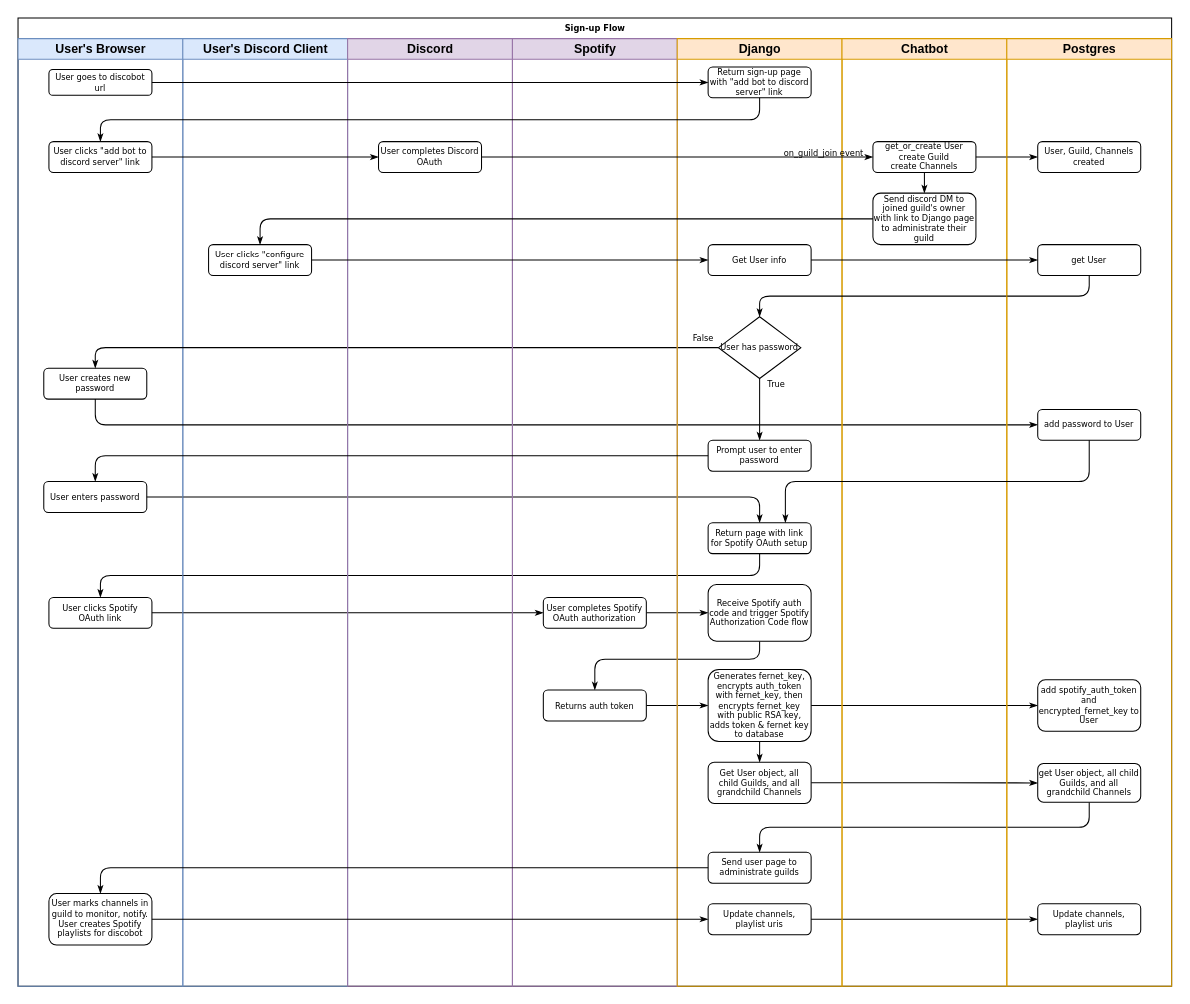
Before: docs/signup_flow.drawio in tonyaajjackson/discobot, a draw.io diagram. Source tidied: cells renumbered, new cells numbered last; positions are measured from the earlier drawing's top-left corner, leaving out a move shared by most shapes. Both pictures are drawn from the tidied source at 103%, with x=0, y=0 at pixel (18, 18).
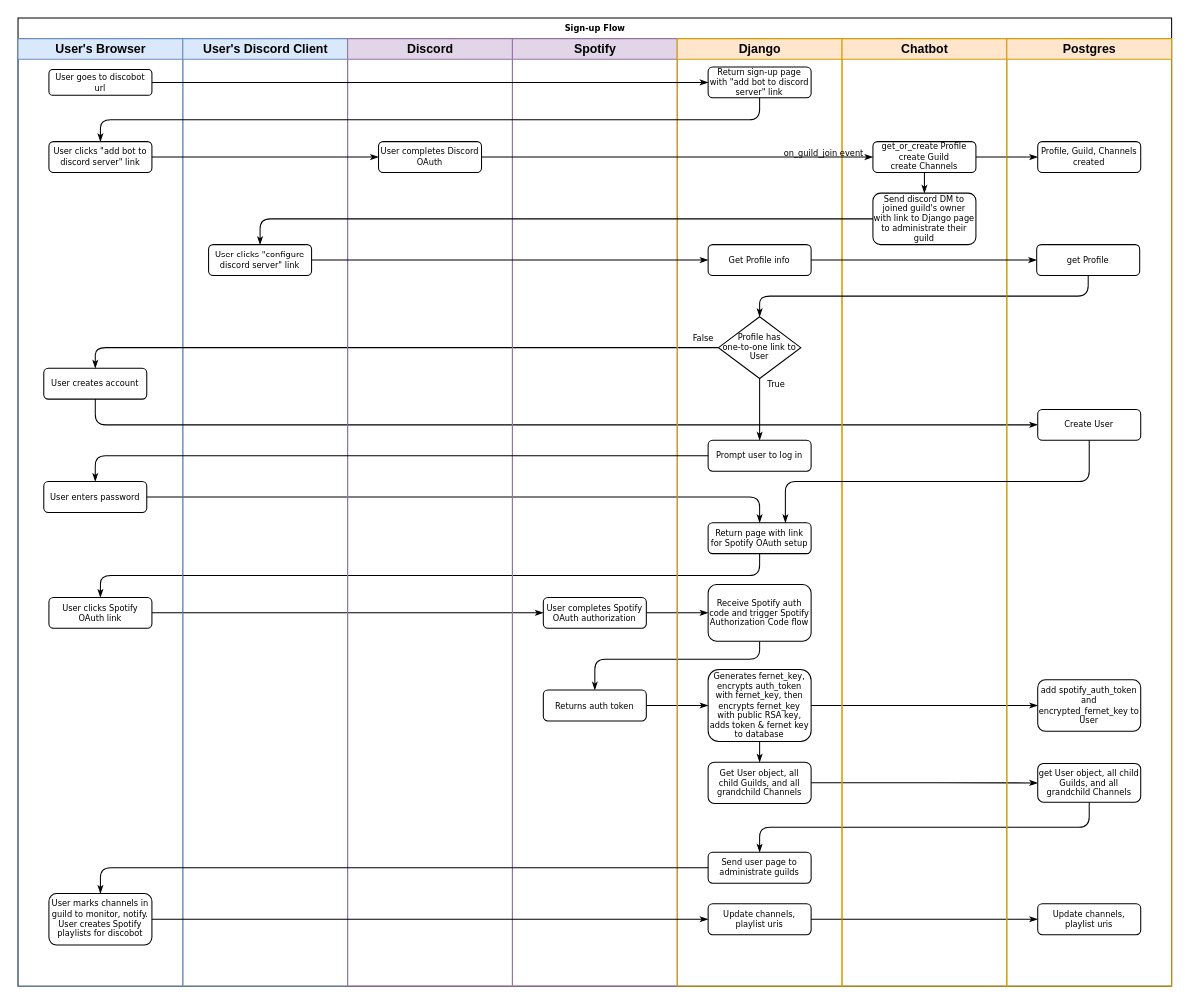
The same page after the edit.

Commit message:
Add change from User to Profile in diagram

The change refers to these unchanged cells:
```xml
<mxCell id="3" value="User's Browser" style="swimlane;html=1;startSize=20;fillColor=#dae8fc;strokeColor=#6c8ebf;" parent="2" vertex="1">
  <mxGeometry y="20" width="160" height="920" as="geometry" />
</mxCell>
<mxCell id="30" value="Django" style="swimlane;html=1;startSize=20;fillColor=#ffe6cc;strokeColor=#d79b00;" parent="2" vertex="1">
  <mxGeometry x="640" y="20" width="160" height="920" as="geometry" />
</mxCell>
<mxCell id="47" value="Chatbot" style="swimlane;html=1;startSize=20;fillColor=#ffe6cc;strokeColor=#d79b00;" parent="2" vertex="1">
  <mxGeometry x="800" y="20" width="160" height="920" as="geometry" />
</mxCell>
<mxCell id="58" value="Postgres" style="swimlane;html=1;startSize=20;fillColor=#ffe6cc;strokeColor=#d79b00;" parent="2" vertex="1">
  <mxGeometry x="960" y="20" width="160" height="920" as="geometry" />
</mxCell>
```

Diff of the diagram source:
```diff
@@
-    <mxCell id="6" value="User creates new password" style="rounded=1;whiteSpace=wrap;html=1;shadow=0;labelBackgroundColor=none;strokeWidth=1;fontFamily=Verdana;fontSize=8;align=center;" parent="3" vertex="1">
+    <mxCell id="6" value="User creates account" style="rounded=1;whiteSpace=wrap;html=1;shadow=0;labelBackgroundColor=none;strokeWidth=1;fontFamily=Verdana;fontSize=8;align=center;" parent="3" vertex="1">
       <mxGeometry x="25" y="320" width="100" height="30" as="geometry" />
     </mxCell>
@@
-    <mxCell id="34" value="&lt;div&gt;User has password&lt;br&gt;&lt;/div&gt;" style="rhombus;whiteSpace=wrap;html=1;rounded=0;shadow=0;labelBackgroundColor=none;strokeWidth=1;fontFamily=Verdana;fontSize=8;align=center;" parent="30" vertex="1">
+    <mxCell id="34" value="&lt;div&gt;Profile has&lt;/div&gt;&lt;div&gt;one-to-one link to&lt;/div&gt;&lt;div&gt;User&lt;/div&gt;" style="rhombus;whiteSpace=wrap;html=1;rounded=0;shadow=0;labelBackgroundColor=none;strokeWidth=1;fontFamily=Verdana;fontSize=8;align=center;" parent="30" vertex="1">
       <mxGeometry x="40" y="270" width="80" height="60" as="geometry" />
     </mxCell>
@@
-    <mxCell id="40" value="Prompt user to enter password" style="rounded=1;whiteSpace=wrap;html=1;shadow=0;labelBackgroundColor=none;strokeWidth=1;fontFamily=Verdana;fontSize=8;align=center;" parent="30" vertex="1">
+    <mxCell id="40" value="Prompt user to log in" style="rounded=1;whiteSpace=wrap;html=1;shadow=0;labelBackgroundColor=none;strokeWidth=1;fontFamily=Verdana;fontSize=8;align=center;" parent="30" vertex="1">
       <mxGeometry x="30" y="390" width="100" height="30" as="geometry" />
     </mxCell>
-    <mxCell id="41" value="Get User info" style="rounded=1;whiteSpace=wrap;html=1;shadow=0;labelBackgroundColor=none;strokeWidth=1;fontFamily=Verdana;fontSize=8;align=center;" parent="30" vertex="1">
+    <mxCell id="41" value="Get Profile info" style="rounded=1;whiteSpace=wrap;html=1;shadow=0;labelBackgroundColor=none;strokeWidth=1;fontFamily=Verdana;fontSize=8;align=center;" parent="30" vertex="1">
       <mxGeometry x="30" y="200" width="100" height="30" as="geometry" />
     </mxCell>
@@
-    <mxCell id="49" value="&lt;div&gt;get_or_create User&lt;/div&gt;&lt;div&gt;create Guild&lt;/div&gt;&lt;div&gt;create Channels&lt;br&gt;&lt;/div&gt;" style="rounded=1;whiteSpace=wrap;html=1;shadow=0;labelBackgroundColor=none;strokeWidth=1;fontFamily=Verdana;fontSize=8;align=center;" parent="47" vertex="1">
+    <mxCell id="49" value="&lt;div&gt;get_or_create Profile&lt;br&gt;&lt;/div&gt;&lt;div&gt;create Guild&lt;/div&gt;&lt;div&gt;create Channels&lt;br&gt;&lt;/div&gt;" style="rounded=1;whiteSpace=wrap;html=1;shadow=0;labelBackgroundColor=none;strokeWidth=1;fontFamily=Verdana;fontSize=8;align=center;" parent="47" vertex="1">
       <mxGeometry x="30" y="100" width="100" height="30" as="geometry" />
     </mxCell>
@@
-    <mxCell id="59" value="User, Guild, Channels created " style="rounded=1;whiteSpace=wrap;html=1;shadow=0;labelBackgroundColor=none;strokeWidth=1;fontFamily=Verdana;fontSize=8;align=center;" parent="58" vertex="1">
+    <mxCell id="59" value="&lt;div&gt;Profile, Guild, Channels created &lt;/div&gt;" style="rounded=1;whiteSpace=wrap;html=1;shadow=0;labelBackgroundColor=none;strokeWidth=1;fontFamily=Verdana;fontSize=8;align=center;" parent="58" vertex="1">
       <mxGeometry x="30" y="100" width="100" height="30" as="geometry" />
     </mxCell>
-    <mxCell id="60" value="get User" style="rounded=1;whiteSpace=wrap;html=1;shadow=0;labelBackgroundColor=none;strokeWidth=1;fontFamily=Verdana;fontSize=8;align=center;" parent="58" vertex="1">
-      <mxGeometry x="30" y="200" width="100" height="30" as="geometry" />
+    <mxCell id="60" value="get Profile" style="rounded=1;whiteSpace=wrap;html=1;shadow=0;labelBackgroundColor=none;strokeWidth=1;fontFamily=Verdana;fontSize=8;align=center;" parent="58" vertex="1">
+      <mxGeometry x="29" y="200" width="100" height="30" as="geometry" />
     </mxCell>
-    <mxCell id="61" value="add password to User" style="rounded=1;whiteSpace=wrap;html=1;shadow=0;labelBackgroundColor=none;strokeWidth=1;fontFamily=Verdana;fontSize=8;align=center;" parent="58" vertex="1">
+    <mxCell id="61" value="Create User" style="rounded=1;whiteSpace=wrap;html=1;shadow=0;labelBackgroundColor=none;strokeWidth=1;fontFamily=Verdana;fontSize=8;align=center;" parent="58" vertex="1">
       <mxGeometry x="30" y="360" width="100" height="30" as="geometry" />
     </mxCell>
```
